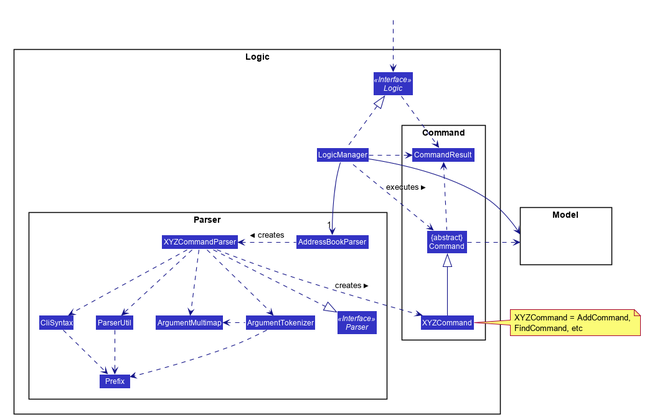
Earlier version of the PlantUML export docs/images/LogicClassDiagram.png (nus-cs2103-AY1920S1/addressbook-level3).
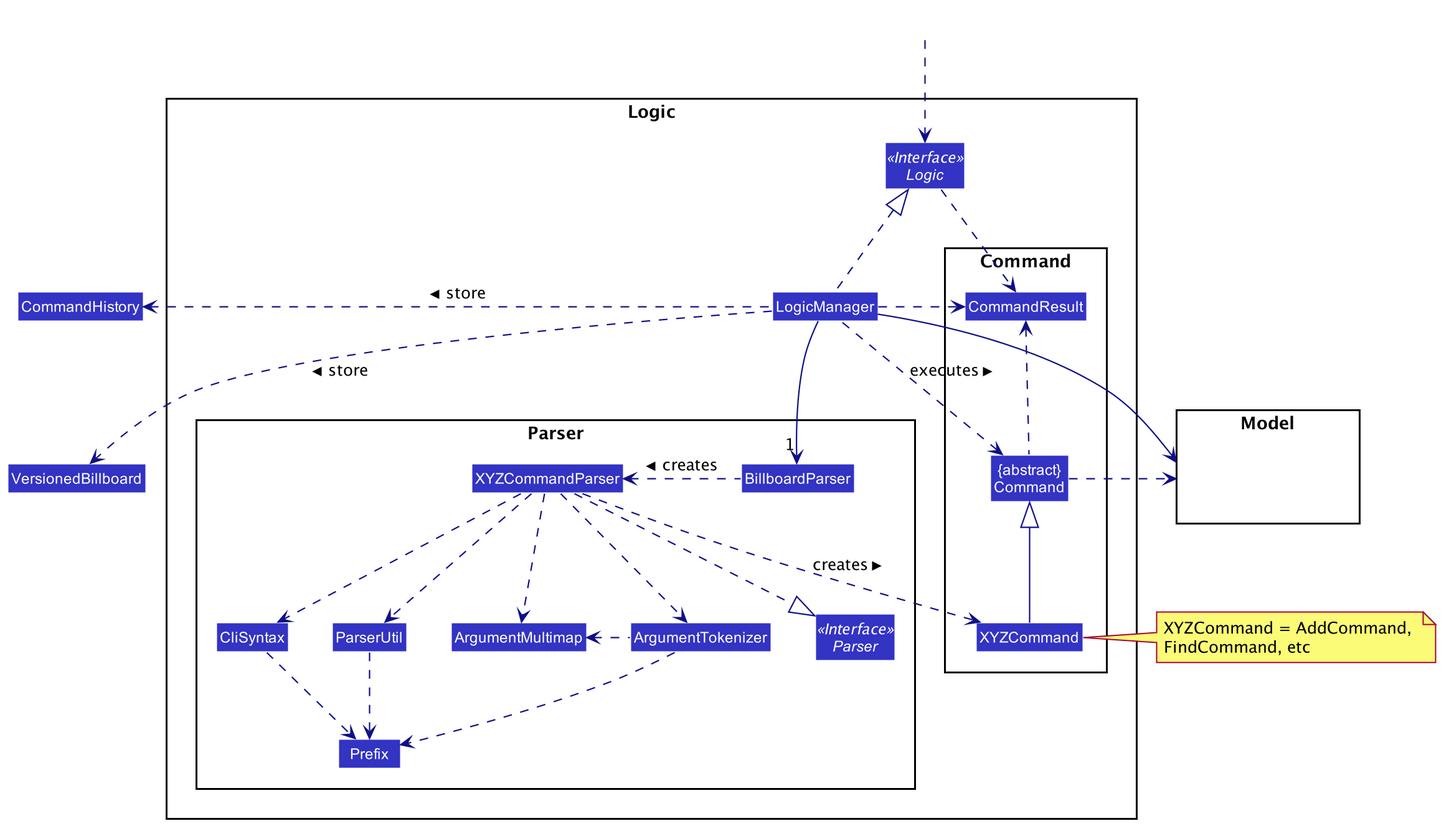
After the change.

Change to the diagram source:
```diff
@@ -55,7 +55,7 @@
 
 package Parser {
 Interface Parser <<Interface>>
-Class AddressBookParser
+Class BillboardParser
 Class XYZCommandParser
 Class CliSyntax
 Class ParserUtil
@@ -82,8 +82,12 @@
 HiddenOutside ..> Logic
 
 LogicManager .up.|> Logic
-LogicManager -->"1" AddressBookParser
-AddressBookParser .left.> XYZCommandParser: creates >
+
+LogicManager .left.> CommandHistory : store >
+LogicManager ..> VersionedBillboard : store >
+CommandHistory -down[hidden]- VersionedBillboard
+LogicManager -down->"1" BillboardParser
+BillboardParser .left.> XYZCommandParser: creates >
 
 XYZCommandParser ..> XYZCommand : creates >
 XYZCommandParser ..|> Parser
@@ -98,7 +102,7 @@
 XYZCommand -up-|> Command
 LogicManager .left.> Command : executes >
 
-LogicManager --> Model
+LogicManager -right-> Model
 Command .right.> Model
 note right of XYZCommand: XYZCommand = AddCommand, \nFindCommand, etc
 
```
